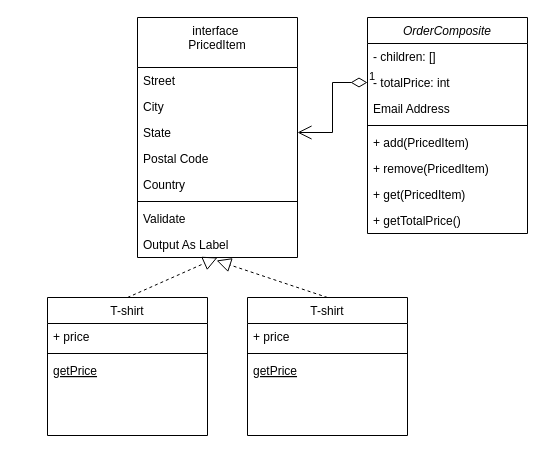
This is structurel/composite/composite.drawio from joris-verguldezoone/design_pattern, a draw.io file, before an edit. Source tidied: cells renumbered, new cells numbered last; positions are measured from the earlier drawing's top-left corner, leaving out a move shared by most shapes. Both pictures are drawn from the tidied source at 100%, with x=0, y=0 at pixel (47, 17).
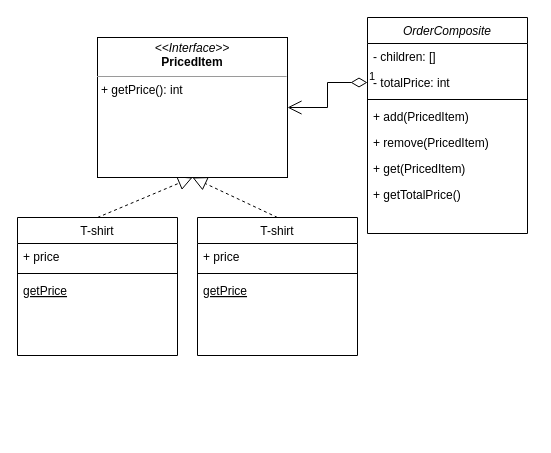
The same page after the edit.

Commit message:
Mettre à jour composite.drawio

The change refers to these unchanged cells:
```xml
<mxCell id="2" value="OrderComposite" style="swimlane;fontStyle=2;align=center;verticalAlign=top;horizontal=1;startSize=26;rounded=0;shadow=0;strokeWidth=1;" parent="1" vertex="1">
  <mxGeometry x="320" width="160" height="216" as="geometry" />
</mxCell>
<mxCell id="4" value="- totalPrice: int" style="text;align=left;verticalAlign=top;spacingLeft=4;spacingRight=4;overflow=hidden;points=[[0,0.5],[1,0.5]];portConstraint=eastwest;rounded=0;shadow=0;html=0;" parent="2" vertex="1">
  <mxGeometry y="52" width="160" height="26" as="geometry" />
</mxCell>
```

The edit, as a diff of the source:
```diff
@@
-    <mxCell id="5" value="Email Address" style="text;align=left;verticalAlign=top;spacingLeft=4;spacingRight=4;overflow=hidden;rounded=0;shadow=0;html=0;" parent="2" vertex="1">
-      <mxGeometry y="78" width="160" height="26" as="geometry" />
-    </mxCell>
     <mxCell id="6" style="line;html=1;strokeWidth=1;align=left;verticalAlign=middle;spacingTop=-1;spacingLeft=3;spacingRight=3;labelPosition=right;" parent="2" vertex="1">
-      <mxGeometry y="104" width="160" height="8" as="geometry" />
+      <mxGeometry y="78" width="160" height="8" as="geometry" />
     </mxCell>
     <mxCell id="7" value="+ add(PricedItem)&#10;" style="text;align=left;verticalAlign=top;spacingLeft=4;spacingRight=4;overflow=hidden;shadow=1;" parent="2" vertex="1">
-      <mxGeometry y="112" width="160" height="26" as="geometry" />
+      <mxGeometry y="86" width="160" height="26" as="geometry" />
     </mxCell>
     <mxCell id="8" value="+ remove(PricedItem)" style="text;align=left;verticalAlign=top;spacingLeft=4;spacingRight=4;overflow=hidden;shadow=1;" parent="2" vertex="1">
-      <mxGeometry y="138" width="160" height="26" as="geometry" />
+      <mxGeometry y="112" width="160" height="26" as="geometry" />
     </mxCell>
     <mxCell id="9" value="+ get(PricedItem)" style="text;align=left;verticalAlign=top;spacingLeft=4;spacingRight=4;overflow=hidden;shadow=1;" parent="2" vertex="1">
-      <mxGeometry y="164" width="160" height="26" as="geometry" />
+      <mxGeometry y="138" width="160" height="26" as="geometry" />
     </mxCell>
     <mxCell id="10" value="+ getTotalPrice()" style="text;align=left;verticalAlign=top;spacingLeft=4;spacingRight=4;overflow=hidden;shadow=1;" parent="2" vertex="1">
-      <mxGeometry y="190" width="160" height="26" as="geometry" />
+      <mxGeometry y="164" width="160" height="26" as="geometry" />
     </mxCell>
     <mxCell id="11" value="T-shirt" style="swimlane;fontStyle=0;align=center;verticalAlign=top;horizontal=1;startSize=26;rounded=0;shadow=0;strokeWidth=1;" parent="1" vertex="1">
-      <mxGeometry y="280" width="160" height="138" as="geometry" />
+      <mxGeometry x="-30" y="200" width="160" height="138" as="geometry" />
     </mxCell>
@@
-    <mxCell id="15" value="interface &#10;PricedItem" style="swimlane;fontStyle=0;align=center;verticalAlign=top;horizontal=1;startSize=50;rounded=0;shadow=0;strokeWidth=1;" parent="1" vertex="1">
-      <mxGeometry x="90" width="160" height="240" as="geometry" />
-    </mxCell>
-    <mxCell id="16" value="Street" style="text;align=left;verticalAlign=top;spacingLeft=4;spacingRight=4;overflow=hidden;" parent="15" vertex="1">
-      <mxGeometry y="50" width="160" height="26" as="geometry" />
-    </mxCell>
-    <mxCell id="17" value="City" style="text;align=left;verticalAlign=top;spacingLeft=4;spacingRight=4;overflow=hidden;rounded=0;shadow=0;html=0;" parent="15" vertex="1">
-      <mxGeometry y="76" width="160" height="26" as="geometry" />
-    </mxCell>
-    <mxCell id="18" value="State" style="text;align=left;verticalAlign=top;spacingLeft=4;spacingRight=4;overflow=hidden;points=[[0,0.5],[1,0.5]];portConstraint=eastwest;rounded=0;shadow=0;html=0;" parent="15" vertex="1">
-      <mxGeometry y="102" width="160" height="26" as="geometry" />
-    </mxCell>
-    <mxCell id="19" value="Postal Code" style="text;align=left;verticalAlign=top;spacingLeft=4;spacingRight=4;overflow=hidden;rounded=0;shadow=0;html=0;" parent="15" vertex="1">
-      <mxGeometry y="128" width="160" height="26" as="geometry" />
-    </mxCell>
-    <mxCell id="20" value="Country" style="text;align=left;verticalAlign=top;spacingLeft=4;spacingRight=4;overflow=hidden;rounded=0;shadow=0;html=0;" parent="15" vertex="1">
-      <mxGeometry y="154" width="160" height="26" as="geometry" />
-    </mxCell>
-    <mxCell id="21" style="line;html=1;strokeWidth=1;align=left;verticalAlign=middle;spacingTop=-1;spacingLeft=3;spacingRight=3;labelPosition=right;" parent="15" vertex="1">
-      <mxGeometry y="180" width="160" height="8" as="geometry" />
-    </mxCell>
-    <mxCell id="22" value="Validate" style="text;align=left;verticalAlign=top;spacingLeft=4;spacingRight=4;overflow=hidden;" parent="15" vertex="1">
-      <mxGeometry y="188" width="160" height="26" as="geometry" />
-    </mxCell>
-    <mxCell id="23" value="Output As Label" style="text;align=left;verticalAlign=top;spacingLeft=4;spacingRight=4;overflow=hidden;points=[[0,0.5],[1,0.5]];portConstraint=eastwest;" parent="15" vertex="1">
-      <mxGeometry y="214" width="160" height="26" as="geometry" />
-    </mxCell>
     <mxCell id="24" value="T-shirt" style="swimlane;fontStyle=0;align=center;verticalAlign=top;horizontal=1;startSize=26;rounded=0;shadow=0;strokeWidth=1;" parent="1" vertex="1">
-      <mxGeometry x="200" y="280" width="160" height="138" as="geometry" />
+      <mxGeometry x="150" y="200" width="160" height="138" as="geometry" />
     </mxCell>
@@
-    <mxCell id="28" style="endArrow=block;dashed=1;endFill=0;endSize=12;html=1;rounded=0;exitX=0.5;exitY=0;exitDx=0;exitDy=0;" parent="1" edge="1" source="11">
-      <mxGeometry relative="1" as="geometry">
-        <mxPoint x="170" y="240" as="targetPoint" />
-      </mxGeometry>
+    <mxCell id="28" style="endArrow=block;dashed=1;endFill=0;endSize=12;html=1;rounded=0;exitX=0.5;exitY=0;exitDx=0;exitDy=0;entryX=0.5;entryY=1;entryDx=0;entryDy=0;" parent="1" edge="1" source="11" target="31">
+      <mxGeometry relative="1" as="geometry" />
     </mxCell>
-    <mxCell id="29" style="endArrow=block;dashed=1;endFill=0;endSize=12;html=1;rounded=0;exitX=0.5;exitY=0;exitDx=0;exitDy=0;entryX=0.494;entryY=1.115;entryDx=0;entryDy=0;entryPerimeter=0;" parent="1" edge="1" source="24" target="23">
+    <mxCell id="29" style="endArrow=block;dashed=1;endFill=0;endSize=12;html=1;rounded=0;exitX=0.5;exitY=0;exitDx=0;exitDy=0;entryX=0.5;entryY=1;entryDx=0;entryDy=0;" parent="1" edge="1" source="24" target="31">
       <mxGeometry relative="1" as="geometry" />
     </mxCell>
-    <mxCell id="30" value="1" style="endArrow=open;html=1;endSize=12;startArrow=diamondThin;startSize=14;startFill=0;edgeStyle=orthogonalEdgeStyle;align=left;verticalAlign=bottom;rounded=0;entryX=1;entryY=0.5;entryDx=0;entryDy=0;exitX=0;exitY=0.5;exitDx=0;exitDy=0;" parent="1" edge="1" source="4" target="18">
+    <mxCell id="30" value="1" style="endArrow=open;html=1;endSize=12;startArrow=diamondThin;startSize=14;startFill=0;edgeStyle=orthogonalEdgeStyle;align=left;verticalAlign=bottom;rounded=0;entryX=1;entryY=0.5;entryDx=0;entryDy=0;exitX=0;exitY=0.5;exitDx=0;exitDy=0;" parent="1" edge="1" source="4" target="31">
       <mxGeometry x="-1" y="3" relative="1" as="geometry" />
     </mxCell>
+    <mxCell id="31" value="&lt;p style=&quot;margin:0px;margin-top:4px;text-align:center;&quot;&gt;&lt;i&gt;&amp;lt;&amp;lt;Interface&amp;gt;&amp;gt;&lt;/i&gt;&lt;br&gt;&lt;b&gt;PricedItem&lt;/b&gt;&lt;/p&gt;&lt;hr size=&quot;1&quot;&gt;&lt;p style=&quot;margin:0px;margin-left:4px;&quot;&gt;&lt;span style=&quot;background-color: initial;&quot;&gt;+ getPrice(): int&lt;/span&gt;&lt;/p&gt;" style="verticalAlign=top;align=left;overflow=fill;html=1;whiteSpace=wrap;" parent="1" vertex="1">
+      <mxGeometry x="50" y="20" width="190" height="140" as="geometry" />
+    </mxCell>
```
